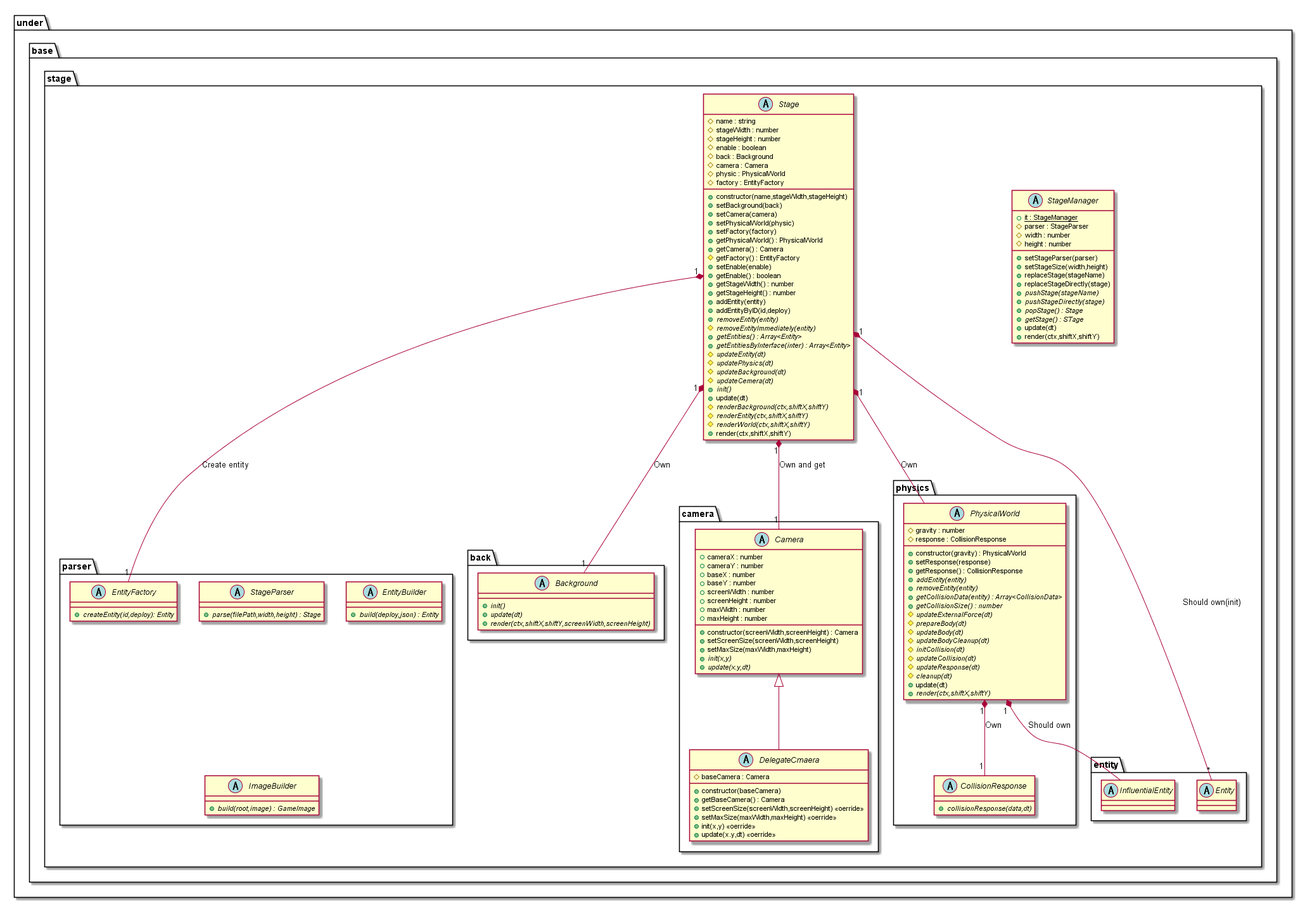
Above: out/uml/stage/Base/StageBase.png in Expine/Under (PlantUML), before the change.
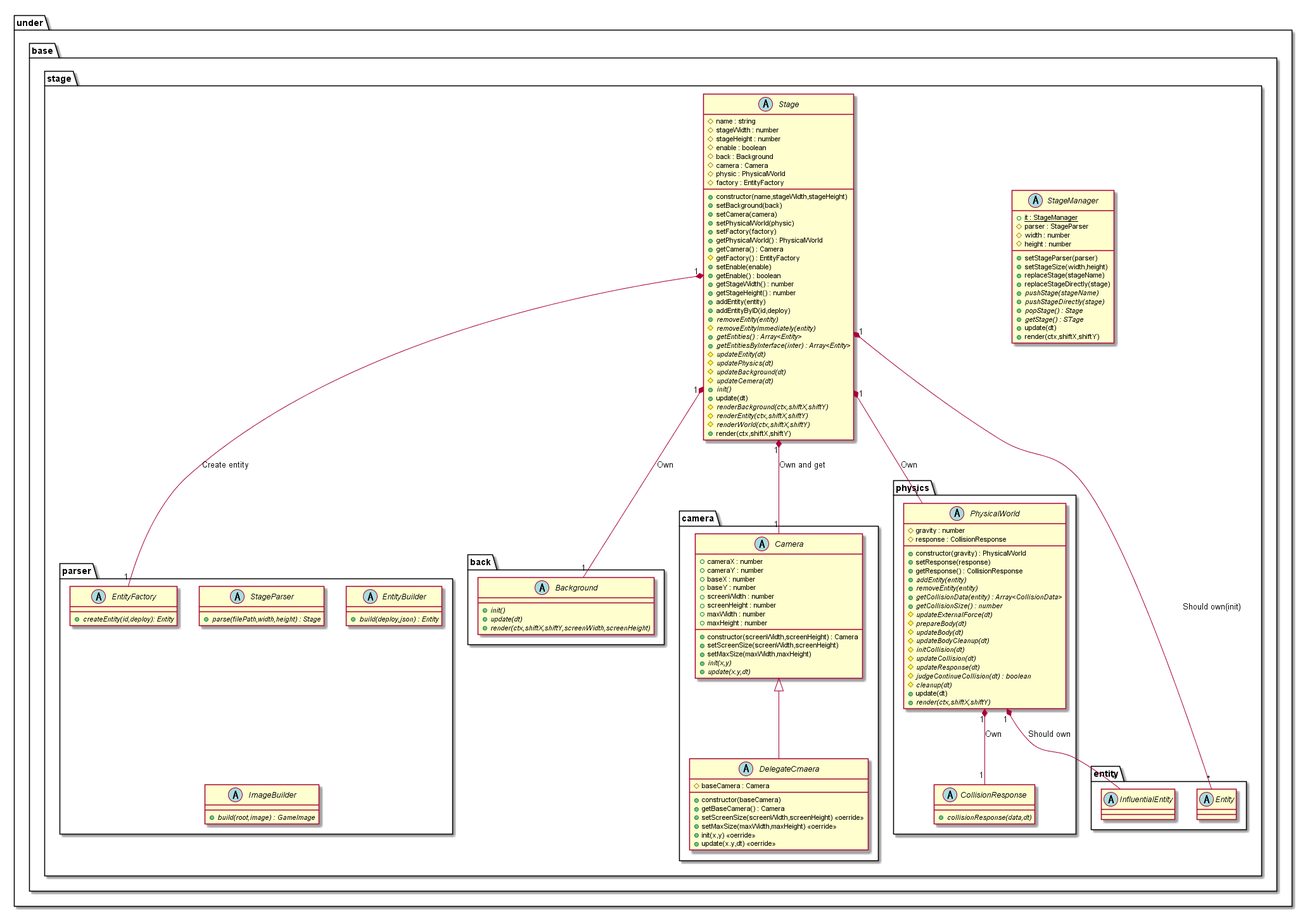
Later version of the same file.

Change to the diagram source:
```diff
@@ -122,6 +122,7 @@
                     {abstract} #initCollision(dt)
                     {abstract} #updateCollision(dt)
                     {abstract} #updateResponse(dt)
+                    {abstract} #judgeContinueCollision(dt) : boolean
                     {abstract} #cleanup(dt)
                     +update(dt)
                     {abstract} +render(ctx,shiftX,shiftY)
```
